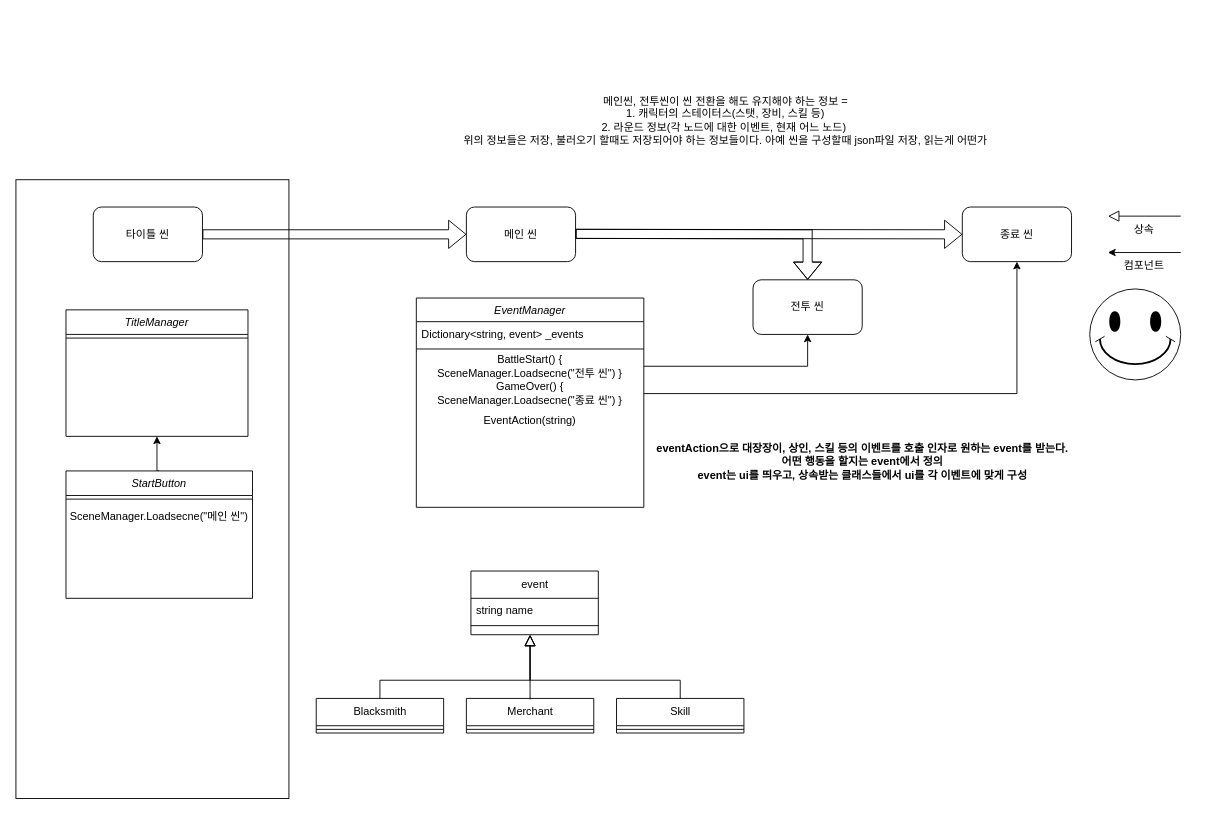
yugd1211/42_Rogue_Scene_Diagram keeps this draw.io diagram as Scene_Diagram.drawio. Above is the earlier version. Source tidied: cells renumbered, new cells numbered last; positions are measured from the earlier drawing's top-left corner, leaving out a move shared by most shapes. Both pictures are drawn from the tidied source at 91%, with x=0, y=0 at pixel (15, 61).
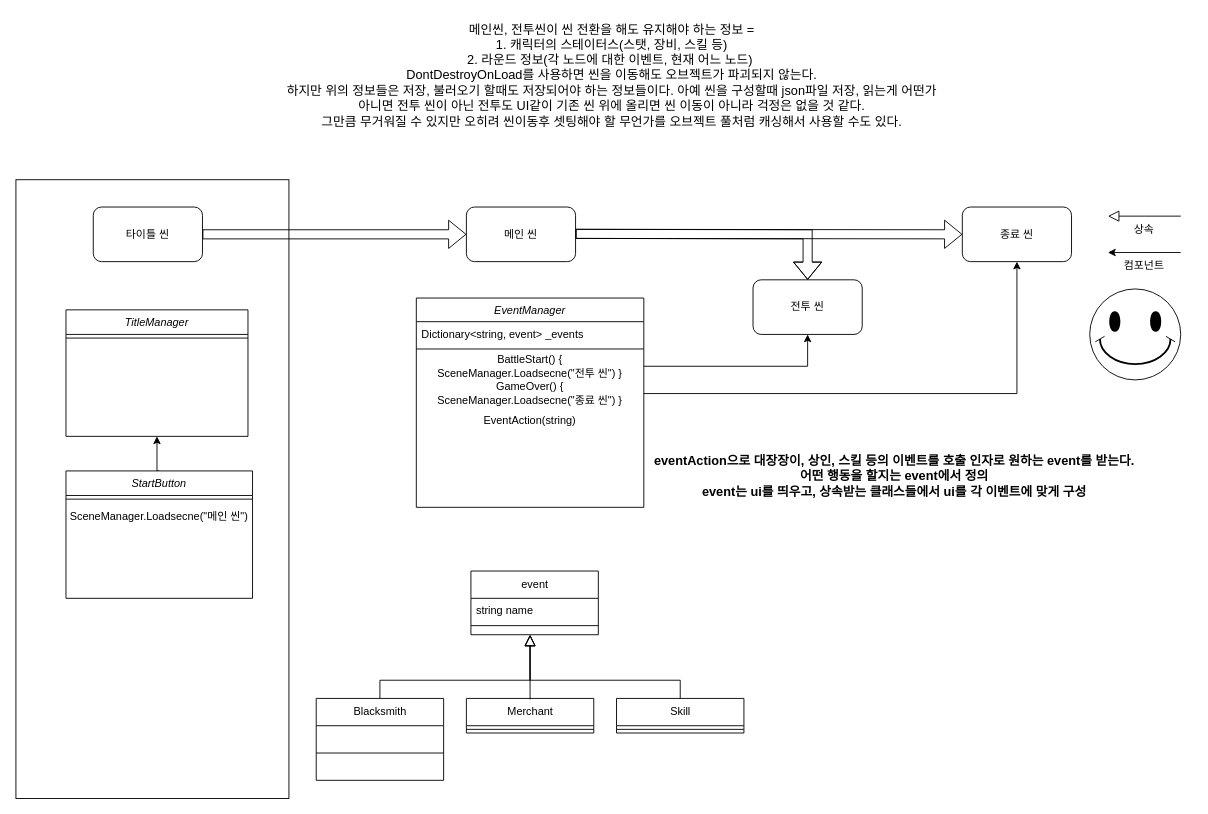
Above is the later version.

Change to the diagram source:
```diff
@@
-    <mxCell id="34" value="eventAction으로 대장장이, 상인, 스킬 등의 이벤트를 호출 인자로 원하는 event를 받는다.&lt;br&gt;어떤 행동을 할지는 event에서 정의&lt;br&gt;event는 ui를 띄우고, 상속받는 클래스들에서 ui를 각 이벤트에 맞게 구성" style="text;strokeColor=none;fillColor=none;html=1;fontSize=12;fontStyle=1;verticalAlign=middle;align=center;fontFamily=Helvetica;fontColor=default;" parent="1" vertex="1">
-      <mxGeometry x="690" y="390" width="480" height="100" as="geometry" />
+    <mxCell id="34" value="&lt;font style=&quot;font-size: 14px;&quot;&gt;eventAction으로 대장장이, 상인, 스킬 등의 이벤트를 호출 인자로 원하는 event를 받는다.&lt;br&gt;어떤 행동을 할지는 event에서 정의&lt;br&gt;event는 ui를 띄우고, 상속받는 클래스들에서 ui를 각 이벤트에 맞게 구성&lt;/font&gt;" style="text;strokeColor=none;fillColor=none;html=1;fontSize=12;fontStyle=1;verticalAlign=middle;align=center;fontFamily=Helvetica;fontColor=default;" parent="1" vertex="1">
+      <mxGeometry x="710" y="406" width="510" height="100" as="geometry" />
     </mxCell>
-    <mxCell id="35" value="메인씬, 전투씬이 씬 전환을 해도 유지해야 하는 정보 = &lt;br&gt;1. 캐릭터의 스테이터스(스탯, 장비, 스킬 등)&lt;br&gt;2. 라운드 정보(각 노드에 대한 이벤트, 현재 어느 노드)&amp;nbsp;&lt;br&gt;위의 정보들은 저장, 불러오기 할때도 저장되어야 하는 정보들이다. 아예 씬을 구성할때 json파일 저장, 읽는게 어떤가" style="text;html=1;strokeColor=none;fillColor=none;align=center;verticalAlign=middle;whiteSpace=wrap;rounded=0;" parent="1" vertex="1">
-      <mxGeometry x="480" width="600" height="130" as="geometry" />
+    <mxCell id="35" value="&lt;font style=&quot;font-size: 14px;&quot;&gt;메인씬, 전투씬이 씬 전환을 해도 유지해야 하는 정보 = &lt;br&gt;1. 캐릭터의 스테이터스(스탯, 장비, 스킬 등)&lt;br&gt;2. 라운드 정보(각 노드에 대한 이벤트, 현재 어느 노드)&amp;nbsp;&lt;br&gt;DontDestroyOnLoad를 사용하면 씬을 이동해도 오브젝트가 파괴되지 않는다.&lt;br&gt;하지만 위의 정보들은 저장, 불러오기 할때도 저장되어야 하는 정보들이다. 아예 씬을 구성할때 json파일 저장, 읽는게 어떤가&lt;br&gt;아니면 전투 씬이 아닌 전투도 UI같이 기존 씬 위에 올리면 씬 이동이 아니라 걱정은 없을 것 같다.&lt;br&gt;그만큼 무거워질 수 있지만 오히려 씬이동후 셋팅해야 할 무언가를 오브젝트 풀처럼 캐싱해서 사용할 수도 있다.&lt;br&gt;&lt;/font&gt;" style="text;html=1;strokeColor=none;fillColor=none;align=center;verticalAlign=middle;whiteSpace=wrap;rounded=0;" parent="1" vertex="1">
+      <mxGeometry x="290" y="-50" width="730" height="130" as="geometry" />
     </mxCell>
@@
     <mxCell id="37" value="Blacksmith" style="swimlane;fontStyle=0;horizontal=1;startSize=30;fillColor=none;html=1;rounded=0;fontFamily=Helvetica;fontSize=12;fontColor=default;" parent="1" vertex="1">
-      <mxGeometry x="330" y="700" width="140" height="38" as="geometry" />
+      <mxGeometry x="330" y="700" width="140" height="90" as="geometry" />
     </mxCell>
     <mxCell id="38" style="line;html=1;strokeWidth=1;align=left;verticalAlign=middle;spacingTop=-1;spacingLeft=3;spacingRight=3;labelPosition=right;" parent="37" vertex="1">
-      <mxGeometry y="30" width="140" height="8" as="geometry" />
+      <mxGeometry y="30" width="140" height="60" as="geometry" />
     </mxCell>
```
